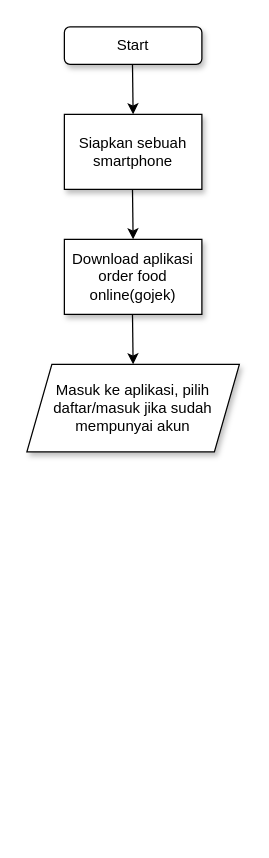
Earlier version of the draw.io diagram flowchart.drawio (sintanurpila3/sinta_nurpila-order_food_online.app). Source tidied: cells renumbered, new cells numbered last; positions are measured from the earlier drawing's top-left corner, leaving out a move shared by most shapes. Both pictures are drawn from the tidied source at 125%, with x=0, y=0 at pixel (26, 26).
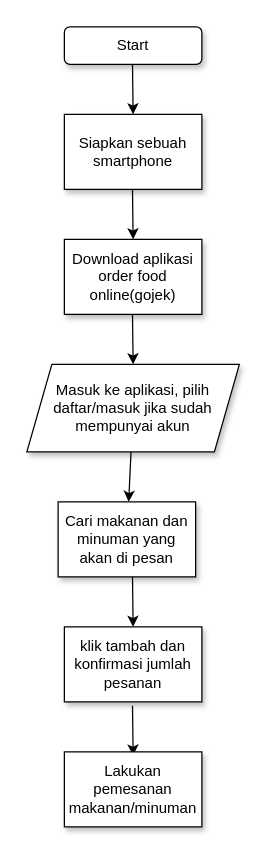
The same page after the edit.

Commit message:
feat:proses pemesanan makanan

The edit, as a diff of the source:
```diff
@@
 <mxGraphModel>
   <root>
     <mxCell id="0" />
     <mxCell id="1" parent="0" />
     <mxCell id="2" value="Start" style="rounded=1;whiteSpace=wrap;html=1;shadow=1;" parent="1" vertex="1">
       <mxGeometry x="30" width="110" height="30" as="geometry" />
     </mxCell>
     <mxCell id="3" value="Siapkan sebuah smartphone" style="rounded=0;whiteSpace=wrap;html=1;shadow=1;" parent="1" vertex="1">
       <mxGeometry x="30" y="70" width="110" height="60" as="geometry" />
     </mxCell>
     <mxCell id="4" value="Download aplikasi order food online(gojek)" style="rounded=0;whiteSpace=wrap;html=1;shadow=1;" parent="1" vertex="1">
       <mxGeometry x="30" y="170" width="110" height="60" as="geometry" />
     </mxCell>
+    <mxCell id="9" style="edgeStyle=none;html=1;" parent="1" edge="1" source="5" target="11">
+      <mxGeometry relative="1" as="geometry" />
+    </mxCell>
     <mxCell id="5" value="Masuk ke aplikasi, pilih daftar/masuk jika sudah mempunyai akun" style="shape=parallelogram;perimeter=parallelogramPerimeter;whiteSpace=wrap;html=1;fixedSize=1;shadow=1;" parent="1" vertex="1">
       <mxGeometry y="270" width="170" height="70" as="geometry" />
     </mxCell>
     <mxCell id="6" style="endArrow=classic;html=1;rounded=0;" parent="1" edge="1">
       <mxGeometry relative="1" as="geometry">
         <mxPoint x="84.5" y="130" as="sourcePoint" />
         <mxPoint x="85" y="170" as="targetPoint" />
       </mxGeometry>
     </mxCell>
     <mxCell id="7" style="endArrow=classic;html=1;rounded=0;" parent="1" edge="1">
       <mxGeometry relative="1" as="geometry">
         <mxPoint x="84.5" y="30" as="sourcePoint" />
         <mxPoint x="85" y="70" as="targetPoint" />
       </mxGeometry>
     </mxCell>
     <mxCell id="8" style="endArrow=classic;html=1;rounded=0;" parent="1" edge="1">
       <mxGeometry relative="1" as="geometry">
         <mxPoint x="84.5" y="230" as="sourcePoint" />
         <mxPoint x="85" y="270" as="targetPoint" />
       </mxGeometry>
     </mxCell>
+    <mxCell id="10" value="klik tambah dan konfirmasi jumlah pesanan" style="rounded=0;whiteSpace=wrap;html=1;shadow=1;" parent="1" vertex="1">
+      <mxGeometry x="30" y="480" width="110" height="60" as="geometry" />
+    </mxCell>
+    <mxCell id="11" value="Cari makanan dan minuman yang akan di pesan" style="rounded=0;whiteSpace=wrap;html=1;shadow=1;" parent="1" vertex="1">
+      <mxGeometry x="25" y="380" width="110" height="60" as="geometry" />
+    </mxCell>
+    <mxCell id="12" style="endArrow=classic;html=1;rounded=0;" parent="1" edge="1">
+      <mxGeometry relative="1" as="geometry">
+        <mxPoint x="84.5" y="440" as="sourcePoint" />
+        <mxPoint x="85" y="480" as="targetPoint" />
+      </mxGeometry>
+    </mxCell>
+    <mxCell id="13" style="endArrow=classic;html=1;rounded=0;" parent="1" edge="1">
+      <mxGeometry relative="1" as="geometry">
+        <mxPoint x="84.5" y="543" as="sourcePoint" />
+        <mxPoint x="85" y="583" as="targetPoint" />
+      </mxGeometry>
+    </mxCell>
+    <mxCell id="14" value="Lakukan pemesanan makanan/minuman" style="rounded=0;whiteSpace=wrap;html=1;shadow=1;" parent="1" vertex="1">
+      <mxGeometry x="30" y="580" width="110" height="60" as="geometry" />
+    </mxCell>
   </root>
 </mxGraphModel>
```
